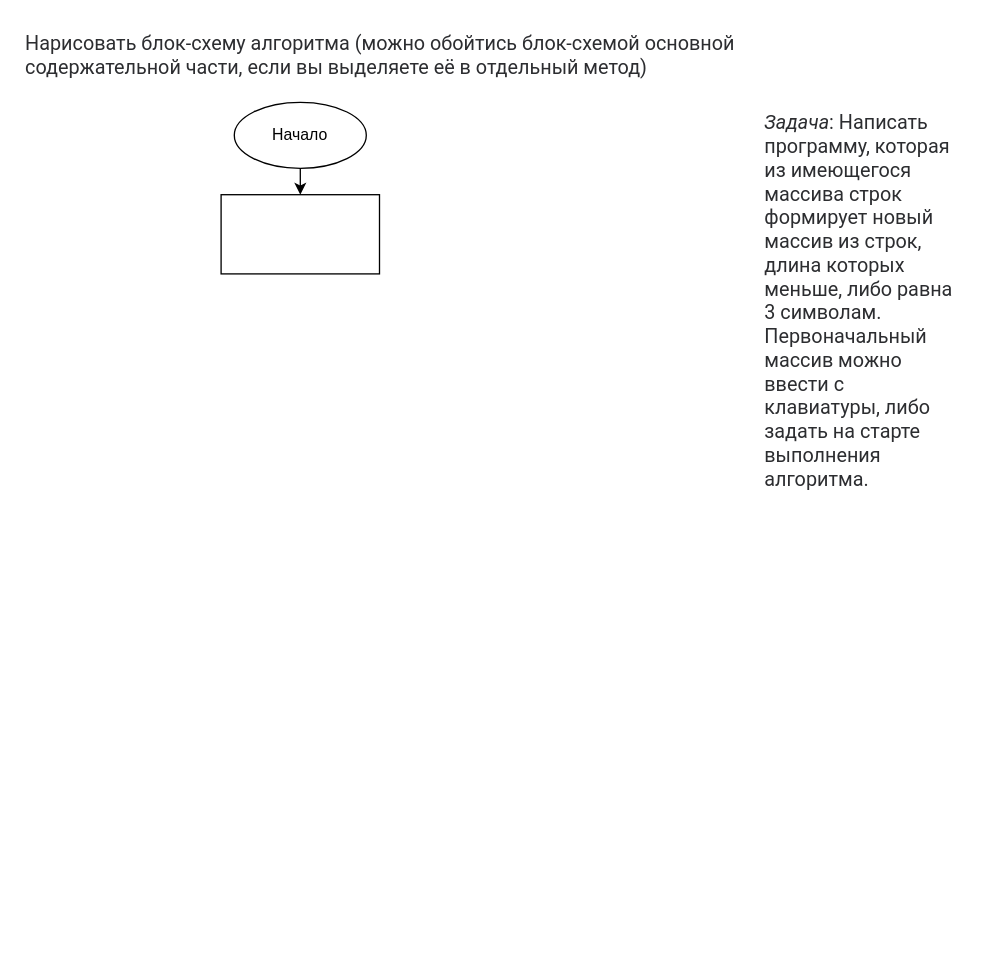
AlenaKozhukar/ControlWork keeps this draw.io diagram as Диаграмма без названия.drawio. Above is the earlier version. Source tidied: cells renumbered, new cells numbered last; positions are measured from the earlier drawing's top-left corner, leaving out a move shared by most shapes. Both pictures are drawn from the tidied source at 132%, with x=0, y=0 at pixel (22, 22).
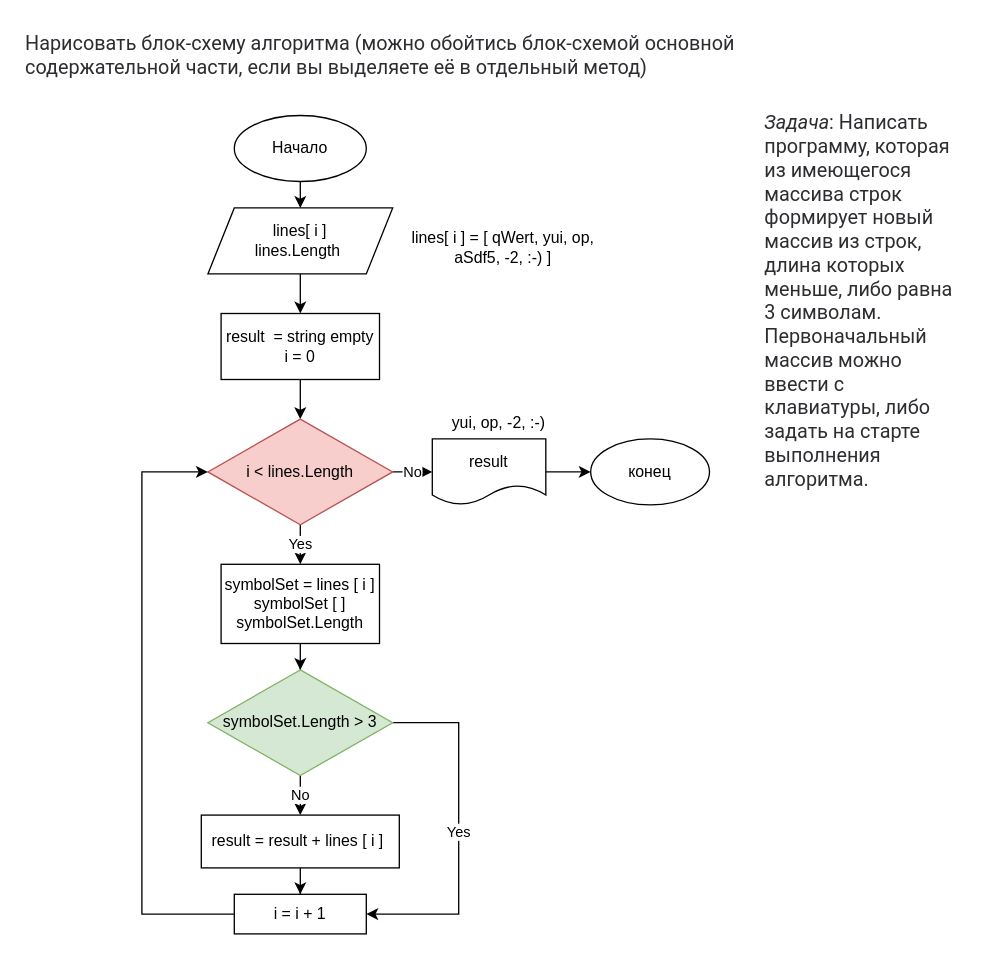
After the change.

Commit message:
Блок схема алгоритма из задачи

Diff of the diagram source:
```diff
@@
     <mxCell id="4" value="Начало" style="ellipse;whiteSpace=wrap;html=1;" parent="1" vertex="1">
-      <mxGeometry x="160" y="60" width="100" height="50" as="geometry" />
+      <mxGeometry x="160" y="70" width="100" height="50" as="geometry" />
     </mxCell>
-    <mxCell id="5" style="endArrow=classic;html=1;rounded=0;exitX=0.5;exitY=1;exitDx=0;exitDy=0;" parent="1" edge="1" source="4" target="6">
+    <mxCell id="5" style="endArrow=classic;html=1;rounded=0;exitX=0.5;exitY=1;exitDx=0;exitDy=0;entryX=0.5;entryY=0;entryDx=0;entryDy=0;" parent="1" edge="1" source="4" target="8">
       <mxGeometry relative="1" as="geometry" />
     </mxCell>
-    <mxCell id="6" style="rounded=0;whiteSpace=wrap;html=1;" parent="1" vertex="1">
-      <mxGeometry x="150" y="130" width="120" height="60" as="geometry" />
-    </mxCell>
+    <mxCell id="7" style="edgeStyle=orthogonalEdgeStyle;rounded=0;jettySize=auto;html=1;" parent="1" edge="1" source="8" target="10">
+      <mxGeometry relative="1" as="geometry" />
+    </mxCell>
+    <mxCell id="8" value="lines[ i ]&lt;br&gt;lines.Length&amp;nbsp;" style="shape=parallelogram;perimeter=parallelogramPerimeter;whiteSpace=wrap;html=1;fixedSize=1;" parent="1" vertex="1">
+      <mxGeometry x="140" y="140" width="140" height="50" as="geometry" />
+    </mxCell>
+    <mxCell id="9" style="edgeStyle=orthogonalEdgeStyle;rounded=0;jettySize=auto;html=1;" parent="1" edge="1" source="10" target="13">
+      <mxGeometry relative="1" as="geometry" />
+    </mxCell>
+    <mxCell id="10" value="result&amp;nbsp; = string empty&lt;br&gt;i = 0" style="whiteSpace=wrap;html=1;" parent="1" vertex="1">
+      <mxGeometry x="150" y="220" width="120" height="50" as="geometry" />
+    </mxCell>
+    <mxCell id="11" value="No" style="edgeStyle=orthogonalEdgeStyle;rounded=0;jettySize=auto;html=1;" parent="1" edge="1" source="13" target="15">
+      <mxGeometry relative="1" as="geometry" />
+    </mxCell>
+    <mxCell id="12" value="Yes" style="edgeStyle=orthogonalEdgeStyle;rounded=0;jettySize=auto;html=1;" parent="1" edge="1" source="13" target="18">
+      <mxGeometry relative="1" as="geometry" />
+    </mxCell>
+    <mxCell id="13" value="i &amp;lt; lines.Length" style="rhombus;whiteSpace=wrap;html=1;fillColor=#f8cecc;strokeColor=#b85450;" parent="1" vertex="1">
+      <mxGeometry x="140" y="300" width="140" height="80" as="geometry" />
+    </mxCell>
+    <mxCell id="14" style="edgeStyle=orthogonalEdgeStyle;rounded=0;jettySize=auto;html=1;" parent="1" edge="1" source="15" target="16">
+      <mxGeometry relative="1" as="geometry" />
+    </mxCell>
+    <mxCell id="15" value="result" style="shape=document;whiteSpace=wrap;html=1;boundedLbl=1;" parent="1" vertex="1">
+      <mxGeometry x="310" y="315" width="86" height="50" as="geometry" />
+    </mxCell>
+    <mxCell id="16" value="конец" style="ellipse;whiteSpace=wrap;html=1;" parent="1" vertex="1">
+      <mxGeometry x="430" y="315" width="90" height="50" as="geometry" />
+    </mxCell>
+    <mxCell id="17" style="edgeStyle=orthogonalEdgeStyle;rounded=0;jettySize=auto;html=1;" parent="1" edge="1" source="18" target="21">
+      <mxGeometry relative="1" as="geometry" />
+    </mxCell>
+    <mxCell id="18" value="symbolSet = lines [ i ]&lt;br&gt;symbolSet [ ]&lt;br&gt;symbolSet.Length" style="whiteSpace=wrap;html=1;" parent="1" vertex="1">
+      <mxGeometry x="150" y="410" width="120" height="60" as="geometry" />
+    </mxCell>
+    <mxCell id="19" value="No" style="edgeStyle=orthogonalEdgeStyle;rounded=0;jettySize=auto;html=1;" parent="1" edge="1" source="21" target="23">
+      <mxGeometry relative="1" as="geometry" />
+    </mxCell>
+    <mxCell id="20" value="Yes" style="edgeStyle=orthogonalEdgeStyle;rounded=0;jettySize=auto;html=1;entryX=1;entryY=0.5;entryDx=0;entryDy=0;" parent="1" edge="1" source="21" target="25">
+      <mxGeometry relative="1" as="geometry">
+        <Array as="points">
+          <mxPoint x="330" y="530" />
+          <mxPoint x="330" y="675" />
+        </Array>
+      </mxGeometry>
+    </mxCell>
+    <mxCell id="21" value="symbolSet.Length &amp;gt; 3" style="rhombus;whiteSpace=wrap;html=1;fillColor=#d5e8d4;strokeColor=#82b366;" parent="1" vertex="1">
+      <mxGeometry x="140" y="490" width="140" height="80" as="geometry" />
+    </mxCell>
+    <mxCell id="22" style="edgeStyle=orthogonalEdgeStyle;rounded=0;jettySize=auto;html=1;" parent="1" edge="1" source="23" target="25">
+      <mxGeometry relative="1" as="geometry" />
+    </mxCell>
+    <mxCell id="23" value="result = result + lines [ i ]&amp;nbsp;" style="whiteSpace=wrap;html=1;" parent="1" vertex="1">
+      <mxGeometry x="135" y="600" width="150" height="40" as="geometry" />
+    </mxCell>
+    <mxCell id="24" style="edgeStyle=orthogonalEdgeStyle;rounded=0;jettySize=auto;html=1;entryX=0;entryY=0.5;entryDx=0;entryDy=0;" parent="1" edge="1" source="25" target="13">
+      <mxGeometry relative="1" as="geometry">
+        <Array as="points">
+          <mxPoint x="90" y="675" />
+          <mxPoint x="90" y="340" />
+        </Array>
+      </mxGeometry>
+    </mxCell>
+    <mxCell id="25" value="i = i + 1" style="whiteSpace=wrap;html=1;" parent="1" vertex="1">
+      <mxGeometry x="160" y="660" width="100" height="30" as="geometry" />
+    </mxCell>
+    <mxCell id="26" value="lines[ i ] = [ qWert, yui, op,&amp;nbsp;&lt;br&gt;aSdf5, -2, :-) ]&amp;nbsp;" style="text;html=1;align=center;verticalAlign=middle;strokeColor=none;fillColor=none;" parent="1" vertex="1">
+      <mxGeometry x="280" y="150" width="170" height="40" as="geometry" />
+    </mxCell>
+    <mxCell id="27" value="yui, op, -2, :-)" style="text;html=1;align=center;verticalAlign=middle;strokeColor=none;fillColor=none;" parent="1" vertex="1">
+      <mxGeometry x="315" y="288" width="90" height="30" as="geometry" />
+    </mxCell>
```
